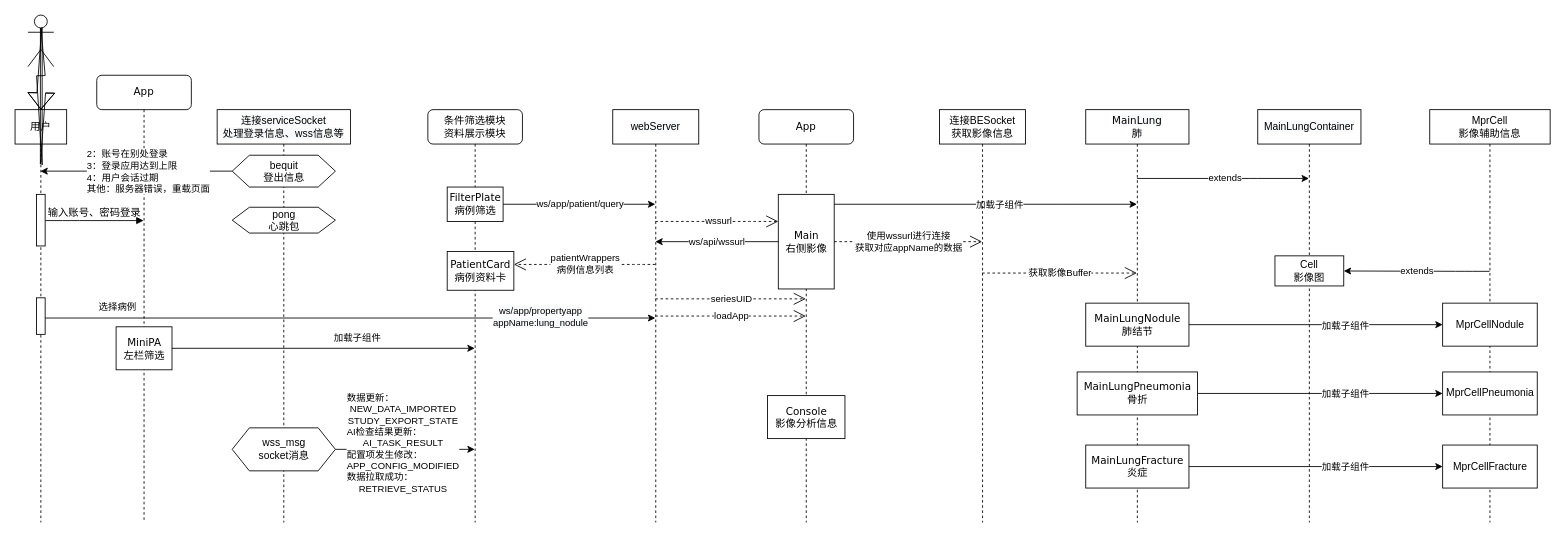
Before: Untitled Diagram.drawio in xingshijun/myBlog, a draw.io diagram. Source tidied: cells renumbered, new cells numbered last; positions are measured from the earlier drawing's top-left corner, leaving out a move shared by most shapes. Both pictures are drawn from the tidied source at 86%, with x=0, y=0 at pixel (15, 15).
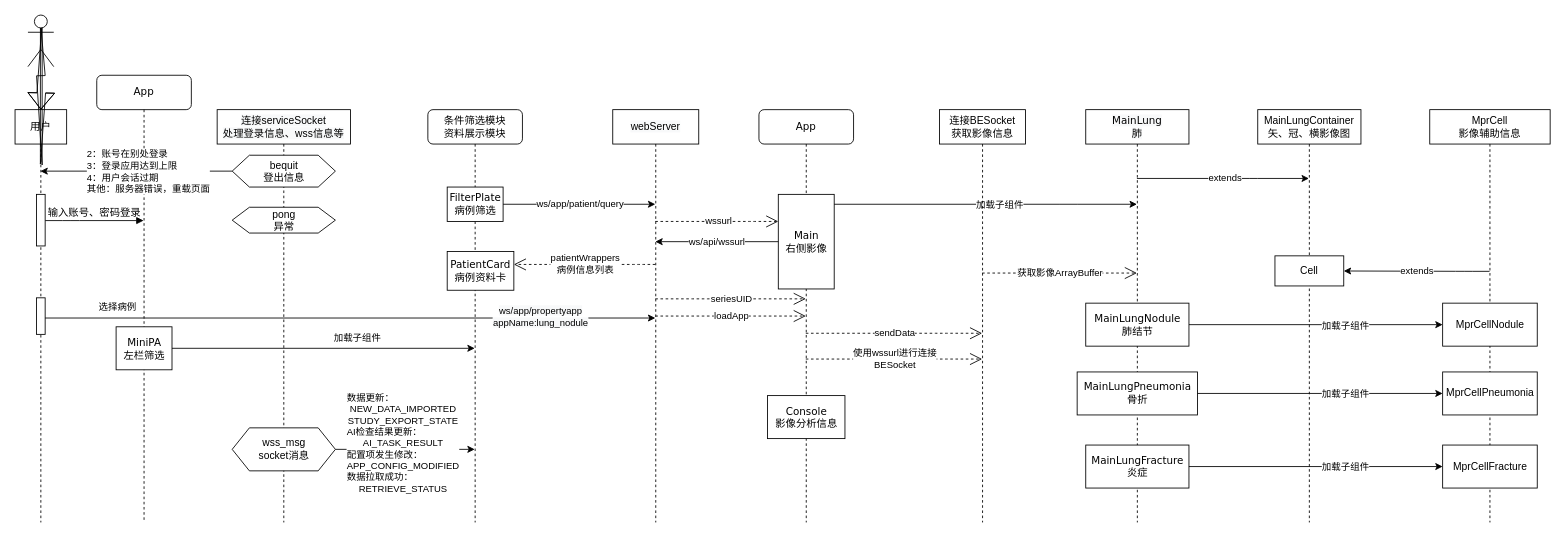
After the change.

The change refers to these unchanged cells:
```xml
<mxCell id="11" value="App" style="shape=umlLifeline;perimeter=lifelinePerimeter;whiteSpace=wrap;html=1;outlineConnect=0;rounded=1;shadow=0;comic=0;labelBackgroundColor=none;strokeWidth=1;fontFamily=Verdana;fontSize=12;align=center;" parent="1" vertex="1">
  <mxGeometry x="865" y="110" width="110" height="480" as="geometry" />
</mxCell>
<mxCell id="13" value="Main&lt;br&gt;右侧影像" style="html=1;points=[];perimeter=orthogonalPerimeter;rounded=0;shadow=0;comic=0;labelBackgroundColor=none;strokeWidth=1;fontFamily=Verdana;fontSize=12;align=center;" parent="11" vertex="1">
  <mxGeometry x="22.5" y="98.5" width="65" height="110" as="geometry" />
</mxCell>
<mxCell id="38" value="&#10;&#10;&lt;span style=&quot;color: rgb(0, 0, 0); font-family: verdana; font-size: 12px; font-style: normal; font-weight: 400; letter-spacing: normal; text-align: center; text-indent: 0px; text-transform: none; word-spacing: 0px; background-color: rgb(248, 249, 250); display: inline; float: none;&quot;&gt;MainLung&lt;/span&gt;&lt;br style=&quot;color: rgb(0, 0, 0); font-family: verdana; font-size: 12px; font-style: normal; font-weight: 400; letter-spacing: normal; text-align: center; text-indent: 0px; text-transform: none; word-spacing: 0px; background-color: rgb(248, 249, 250);&quot;&gt;&lt;span style=&quot;color: rgb(0, 0, 0); font-family: verdana; font-size: 12px; font-style: normal; font-weight: 400; letter-spacing: normal; text-align: center; text-indent: 0px; text-transform: none; word-spacing: 0px; background-color: rgb(248, 249, 250); display: inline; float: none;&quot;&gt;肺&lt;/span&gt;&#10;&#10;" style="shape=umlLifeline;perimeter=lifelinePerimeter;whiteSpace=wrap;html=1;outlineConnect=0;" parent="1" vertex="1">
  <mxGeometry x="1245" y="110" width="120" height="480" as="geometry" />
</mxCell>
<mxCell id="42" value="连接BESocket&lt;br&gt;获取影像信息" style="shape=umlLifeline;perimeter=lifelinePerimeter;whiteSpace=wrap;html=1;outlineConnect=0;" parent="1" vertex="1">
  <mxGeometry x="1075" y="110" width="100" height="480" as="geometry" />
</mxCell>
<mxCell id="44" value="&#10;&#10;&lt;span style=&quot;color: rgb(0, 0, 0); font-family: helvetica; font-size: 12px; font-style: normal; font-weight: 400; letter-spacing: normal; text-align: center; text-indent: 0px; text-transform: none; word-spacing: 0px; background-color: rgb(248, 249, 250); display: inline; float: none;&quot;&gt;连接serviceSocket&lt;/span&gt;&lt;br style=&quot;color: rgb(0, 0, 0); font-family: helvetica; font-size: 12px; font-style: normal; font-weight: 400; letter-spacing: normal; text-align: center; text-indent: 0px; text-transform: none; word-spacing: 0px; background-color: rgb(248, 249, 250);&quot;&gt;&lt;span style=&quot;color: rgb(0, 0, 0); font-family: helvetica; font-size: 12px; font-style: normal; font-weight: 400; letter-spacing: normal; text-align: center; text-indent: 0px; text-transform: none; word-spacing: 0px; background-color: rgb(248, 249, 250); display: inline; float: none;&quot;&gt;处理登录信息、wss信息等&lt;/span&gt;&#10;&#10;" style="shape=umlLifeline;perimeter=lifelinePerimeter;whiteSpace=wrap;html=1;" parent="1" vertex="1">
  <mxGeometry x="235" y="110" width="155" height="480" as="geometry" />
</mxCell>
```

Diff of the diagram source:
```diff
@@
-    <mxCell id="16" value="使用wssurl进行连接&lt;br&gt;获取对应appName的数据" style="endArrow=open;endSize=12;dashed=1;html=1;" parent="1" edge="1" source="13" target="42">
-      <mxGeometry relative="1" as="geometry" />
+    <mxCell id="16" value="使用wssurl进行连接&lt;br&gt;BESocket" style="endArrow=open;endSize=12;dashed=1;html=1;" parent="1" edge="1" source="11" target="42">
+      <mxGeometry relative="1" as="geometry">
+        <Array as="points">
+          <mxPoint x="1075" y="400" />
+        </Array>
+      </mxGeometry>
     </mxCell>
@@
-    <mxCell id="21" value="获取影像Buffer" style="endArrow=open;endSize=12;dashed=1;html=1;" parent="1" edge="1" source="42" target="38">
+    <mxCell id="21" value="获取影像ArrayBuffer" style="endArrow=open;endSize=12;dashed=1;html=1;" parent="1" edge="1" source="42" target="38">
       <mxGeometry relative="1" as="geometry">
         <Array as="points">
           <mxPoint x="1125" y="300" />
         </Array>
       </mxGeometry>
     </mxCell>
@@
-    <mxCell id="36" value="&#10;&#10;&lt;span style=&quot;color: rgb(0, 0, 0); font-family: helvetica; font-size: 12px; font-style: normal; font-weight: 400; letter-spacing: normal; text-align: center; text-indent: 0px; text-transform: none; word-spacing: 0px; background-color: rgb(248, 249, 250); display: inline; float: none;&quot;&gt;MainLungContainer&lt;/span&gt;&#10;&#10;" style="shape=umlLifeline;perimeter=lifelinePerimeter;whiteSpace=wrap;html=1;outlineConnect=0;" parent="1" vertex="1">
+    <mxCell id="36" value="&lt;span style=&quot;font-family: &amp;#34;helvetica&amp;#34;&quot;&gt;MainLungContainer&lt;br&gt;&lt;/span&gt;矢、冠、横影像图" style="shape=umlLifeline;perimeter=lifelinePerimeter;whiteSpace=wrap;html=1;outlineConnect=0;" parent="1" vertex="1">
       <mxGeometry x="1445" y="110" width="120" height="480" as="geometry" />
     </mxCell>
-    <mxCell id="37" value="Cell&lt;br&gt;影像图" style="rounded=0;whiteSpace=wrap;html=1;" parent="36" vertex="1">
+    <mxCell id="37" value="Cell" style="rounded=0;whiteSpace=wrap;html=1;" parent="36" vertex="1">
       <mxGeometry x="20" y="170" width="80" height="35" as="geometry" />
     </mxCell>
@@
-    <mxCell id="46" value="pong&lt;br&gt;心跳包" style="shape=hexagon;perimeter=hexagonPerimeter2;whiteSpace=wrap;html=1;fixedSize=1;" parent="44" vertex="1">
+    <mxCell id="46" value="pong&lt;br&gt;异常" style="shape=hexagon;perimeter=hexagonPerimeter2;whiteSpace=wrap;html=1;fixedSize=1;" parent="44" vertex="1">
       <mxGeometry x="17.5" y="113.5" width="120" height="30" as="geometry" />
     </mxCell>
@@
+    <mxCell id="60" value="sendData" style="endArrow=open;endSize=12;dashed=1;html=1;" parent="1" edge="1" source="11" target="42">
+      <mxGeometry relative="1" as="geometry">
+        <Array as="points">
+          <mxPoint x="1080.3" y="370" />
+        </Array>
+      </mxGeometry>
+    </mxCell>
```
